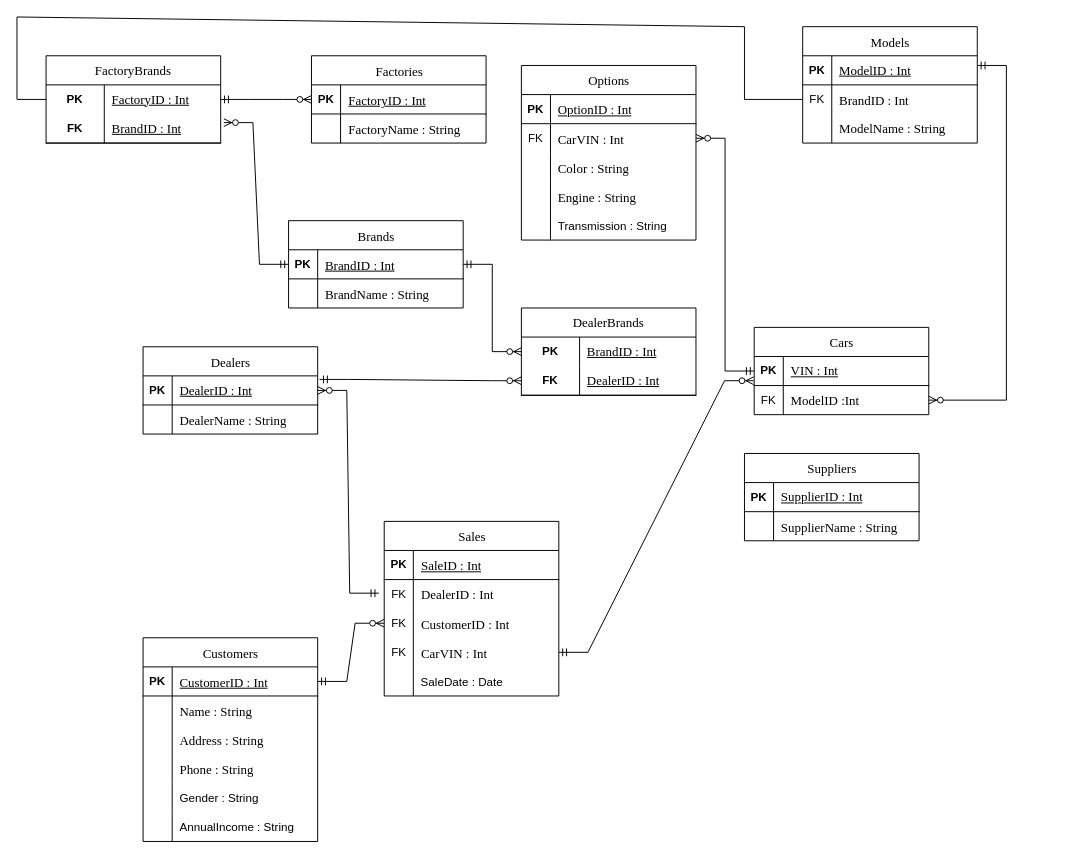
Above: Untitled Diagram.drawio in CHUNG-HAO/DBPG (draw.io), before the change. Source tidied: cells renumbered, new cells numbered last; positions are measured from the earlier drawing's top-left corner, leaving out a move shared by most shapes. Both pictures are drawn from the tidied source at 97%, with x=0, y=0 at pixel (16, 16).
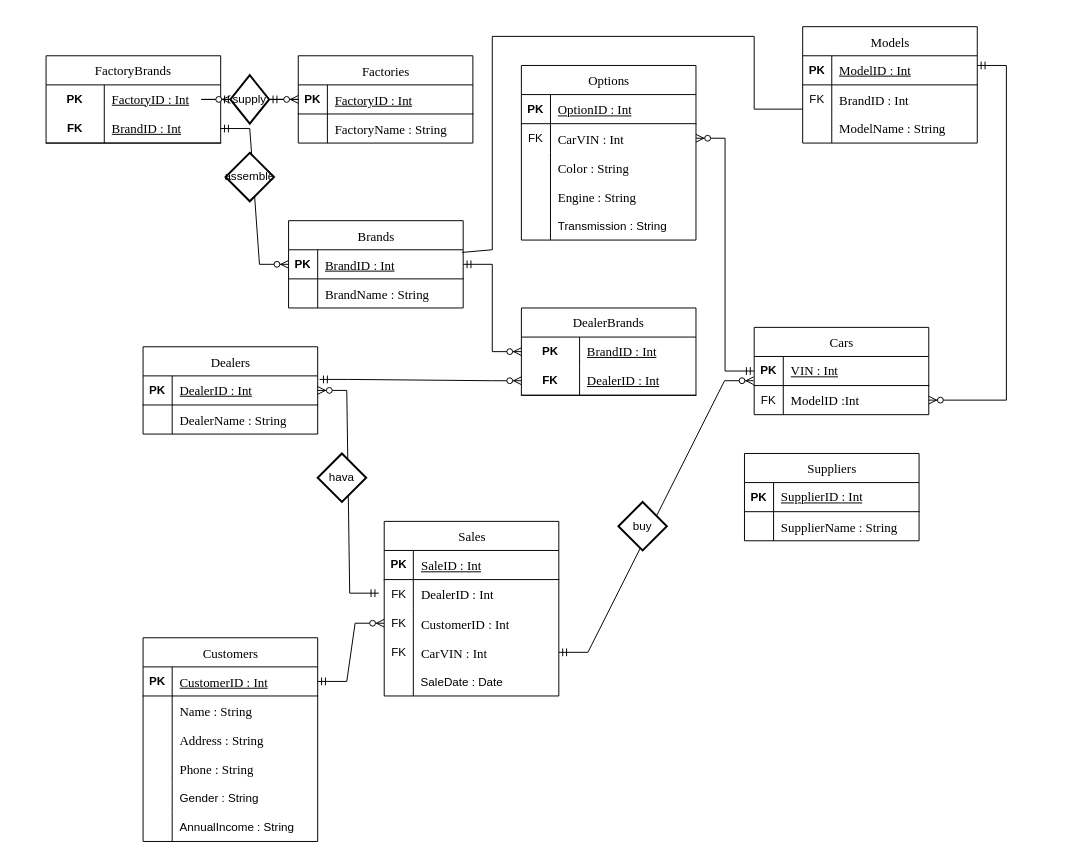
The same diagram, later.

Unchanged cells that the change refers to:
```xml
<mxCell id="3" style="shape=tableRow;horizontal=0;startSize=0;swimlaneHead=0;swimlaneBody=0;fillColor=none;points=[[0,0.5],[1,0.5]];portConstraint=eastwest;top=0;left=0;right=0;bottom=1;" parent="2" vertex="1">
  <mxGeometry y="30" width="180" height="30" as="geometry" />
</mxCell>
<mxCell id="13" style="shape=tableRow;horizontal=0;startSize=0;swimlaneHead=0;swimlaneBody=0;fillColor=none;points=[[0,0.5],[1,0.5]];portConstraint=eastwest;top=0;left=0;right=0;bottom=0;" parent="9" vertex="1">
  <mxGeometry y="60" width="180" height="30" as="geometry" />
</mxCell>
<mxCell id="97" style="shape=tableRow;horizontal=0;startSize=0;swimlaneHead=0;swimlaneBody=0;fillColor=none;points=[[0,0.5],[1,0.5]];portConstraint=eastwest;top=0;left=0;right=0;bottom=1;" parent="96" vertex="1">
  <mxGeometry y="30" width="180" height="30" as="geometry" />
</mxCell>
<mxCell id="111" style="shape=tableRow;horizontal=0;startSize=0;swimlaneHead=0;swimlaneBody=0;fillColor=none;points=[[0,0.5],[1,0.5]];portConstraint=eastwest;top=0;left=0;right=0;bottom=0;html=1;" parent="110" vertex="1">
  <mxGeometry y="30" width="180" height="30" as="geometry" />
</mxCell>
<mxCell id="114" style="shape=tableRow;horizontal=0;startSize=0;swimlaneHead=0;swimlaneBody=0;fillColor=none;points=[[0,0.5],[1,0.5]];portConstraint=eastwest;top=0;left=0;right=0;bottom=1;html=1;" parent="110" vertex="1">
  <mxGeometry y="60" width="180" height="30" as="geometry" />
</mxCell>
```

The edit, as a diff of the source:
```diff
@@
     <mxCell id="96" value="&lt;span style=&quot;font-weight: 400; text-align: start; white-space: normal; font-size: 10pt; font-family: &amp;quot;Times New Roman&amp;quot;, serif;&quot; lang=&quot;EN-US&quot;&gt;Factories&lt;/span&gt;&lt;span style=&quot;font-family: -webkit-standard; font-size: medium; font-weight: 400; text-align: start; white-space: normal;&quot;&gt;&lt;/span&gt;" style="shape=table;startSize=30;childLayout=tableLayout;rowLines=0;fontStyle=1;align=center;html=1;" parent="1" vertex="1">
-      <mxGeometry x="303.6" y="40" width="180" height="90" as="geometry" />
+      <mxGeometry x="290" y="40" width="180" height="90" as="geometry" />
     </mxCell>
@@
-    <mxCell id="121" style="edgeStyle=entityRelationEdgeStyle;fontSize=12;html=1;endArrow=ERzeroToMany;startArrow=ERmandOne;rounded=0;exitX=1;exitY=0.5;exitDx=0;exitDy=0;entryX=0;entryY=0.5;entryDx=0;entryDy=0;" parent="1" edge="1" source="111" target="97">
+    <mxCell id="121" style="edgeStyle=entityRelationEdgeStyle;fontSize=12;html=1;endArrow=ERzeroToMany;startArrow=ERmandOne;rounded=0;exitX=1;exitY=0.5;exitDx=0;exitDy=0;entryX=0;entryY=0.5;entryDx=0;entryDy=0;" parent="1" edge="1" source="129" target="97">
       <mxGeometry relative="1" as="geometry" />
     </mxCell>
@@
-    <mxCell id="124" style="edgeStyle=entityRelationEdgeStyle;fontSize=12;html=1;endArrow=ERzeroToMany;startArrow=ERmandOne;rounded=0;entryX=1.018;entryY=0.297;entryDx=0;entryDy=0;exitX=0;exitY=0.5;exitDx=0;exitDy=0;entryPerimeter=0;" parent="1" edge="1" source="3" target="114">
+    <mxCell id="124" style="edgeStyle=entityRelationEdgeStyle;fontSize=12;html=1;endArrow=ERzeroToMany;startArrow=ERmandOne;rounded=0;exitX=1;exitY=0.5;exitDx=0;exitDy=0;entryX=0;entryY=0.5;entryDx=0;entryDy=0;" parent="1" edge="1" source="114" target="3">
       <mxGeometry relative="1" as="geometry" />
     </mxCell>
@@
-    <mxCell id="126" style="endArrow=none;html=1;rounded=0;entryX=0;entryY=0.5;entryDx=0;entryDy=0;exitX=0;exitY=0.5;exitDx=0;exitDy=0;" parent="1" edge="1" source="111" target="13">
-      <mxGeometry relative="1" as="geometry">
-        <Array as="points">
-          <mxPoint y="85" />
-          <mxPoint />
-          <mxPoint x="750" y="10" />
-          <mxPoint x="750" y="85" />
-        </Array>
-      </mxGeometry>
-    </mxCell>
+    <mxCell id="127" style="endArrow=none;html=1;rounded=0;exitX=0.994;exitY=0.09;exitDx=0;exitDy=0;exitPerimeter=0;" parent="1" edge="1" source="3">
+      <mxGeometry relative="1" as="geometry">
+        <mxPoint x="810" y="95" as="targetPoint" />
+        <Array as="points">
+          <mxPoint x="490" y="240" />
+          <mxPoint x="490" y="100" />
+          <mxPoint x="490" y="20" />
+          <mxPoint x="760" y="20" />
+          <mxPoint x="760" y="95" />
+        </Array>
+      </mxGeometry>
+    </mxCell>
+    <mxCell id="128" style="edgeStyle=entityRelationEdgeStyle;fontSize=12;html=1;endArrow=ERzeroToMany;startArrow=ERmandOne;rounded=0;exitX=1;exitY=0.5;exitDx=0;exitDy=0;entryX=0;entryY=0.5;entryDx=0;entryDy=0;" parent="1" edge="1" source="111" target="129">
+      <mxGeometry relative="1" as="geometry" />
+    </mxCell>
+    <mxCell id="129" value="supply" style="strokeWidth=2;html=1;shape=mxgraph.flowchart.decision;whiteSpace=wrap;" parent="1" vertex="1">
+      <mxGeometry x="220" y="60" width="40" height="50" as="geometry" />
+    </mxCell>
+    <mxCell id="130" value="assemble" style="strokeWidth=2;html=1;shape=mxgraph.flowchart.decision;whiteSpace=wrap;" parent="1" vertex="1">
+      <mxGeometry x="215" y="140" width="50" height="50" as="geometry" />
+    </mxCell>
+    <mxCell id="131" value="hava" style="strokeWidth=2;html=1;shape=mxgraph.flowchart.decision;whiteSpace=wrap;" parent="1" vertex="1">
+      <mxGeometry x="310" y="450" width="50" height="50" as="geometry" />
+    </mxCell>
+    <mxCell id="132" value="buy" style="strokeWidth=2;html=1;shape=mxgraph.flowchart.decision;whiteSpace=wrap;" parent="1" vertex="1">
+      <mxGeometry x="620" y="500" width="50" height="50" as="geometry" />
+    </mxCell>
```
